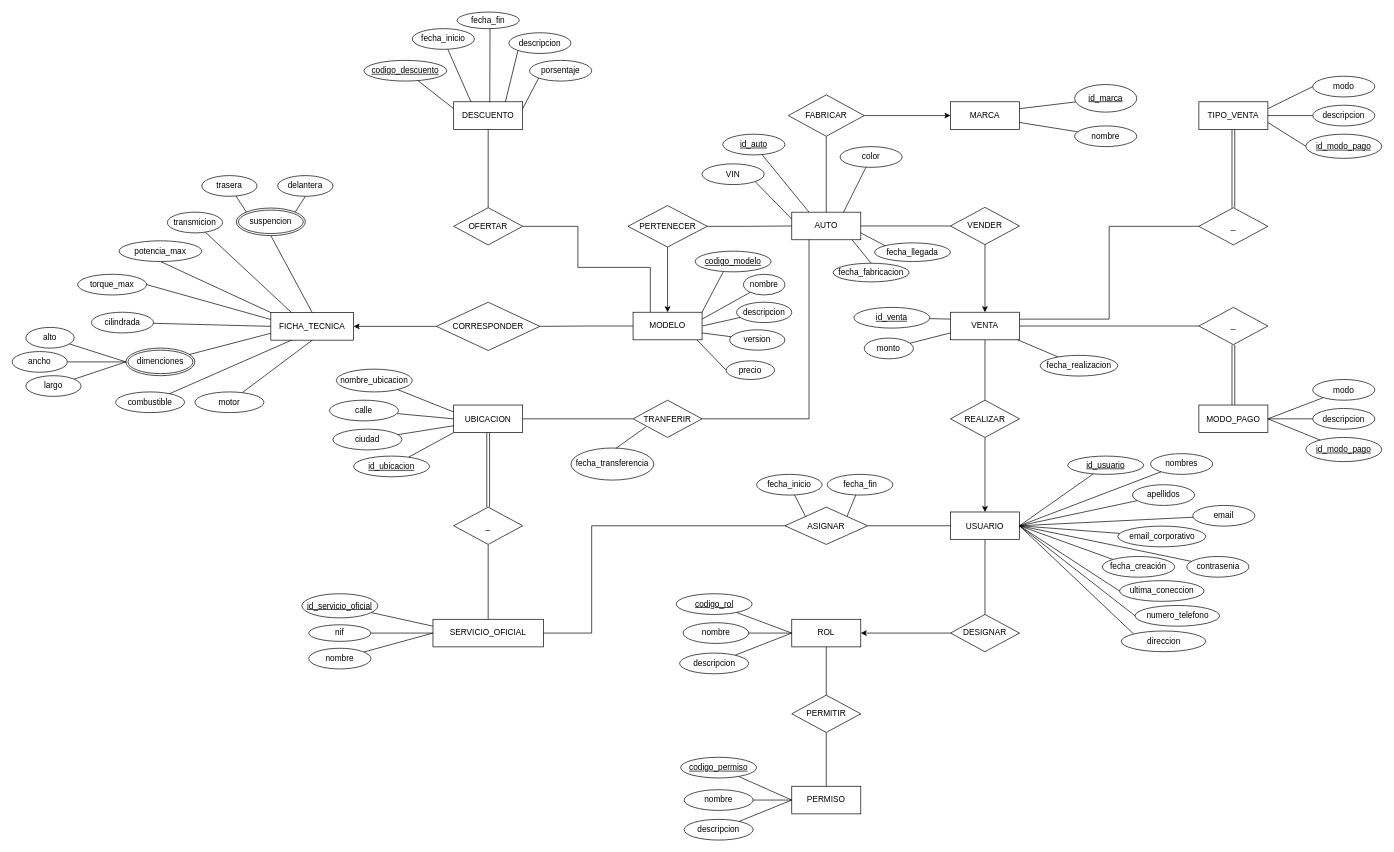
Earlier version of the draw.io diagram page "entidad_relacion" (1 of 3) of docs/diagramas/diagramas.drawio (XhuaShell/proj_prog_web). Source tidied: cells renumbered, new cells numbered last; positions are measured from the earlier drawing's top-left corner, leaving out a move shared by most shapes. Both pictures are drawn from the tidied source at 69%, with x=0, y=0 at pixel (12, 12).
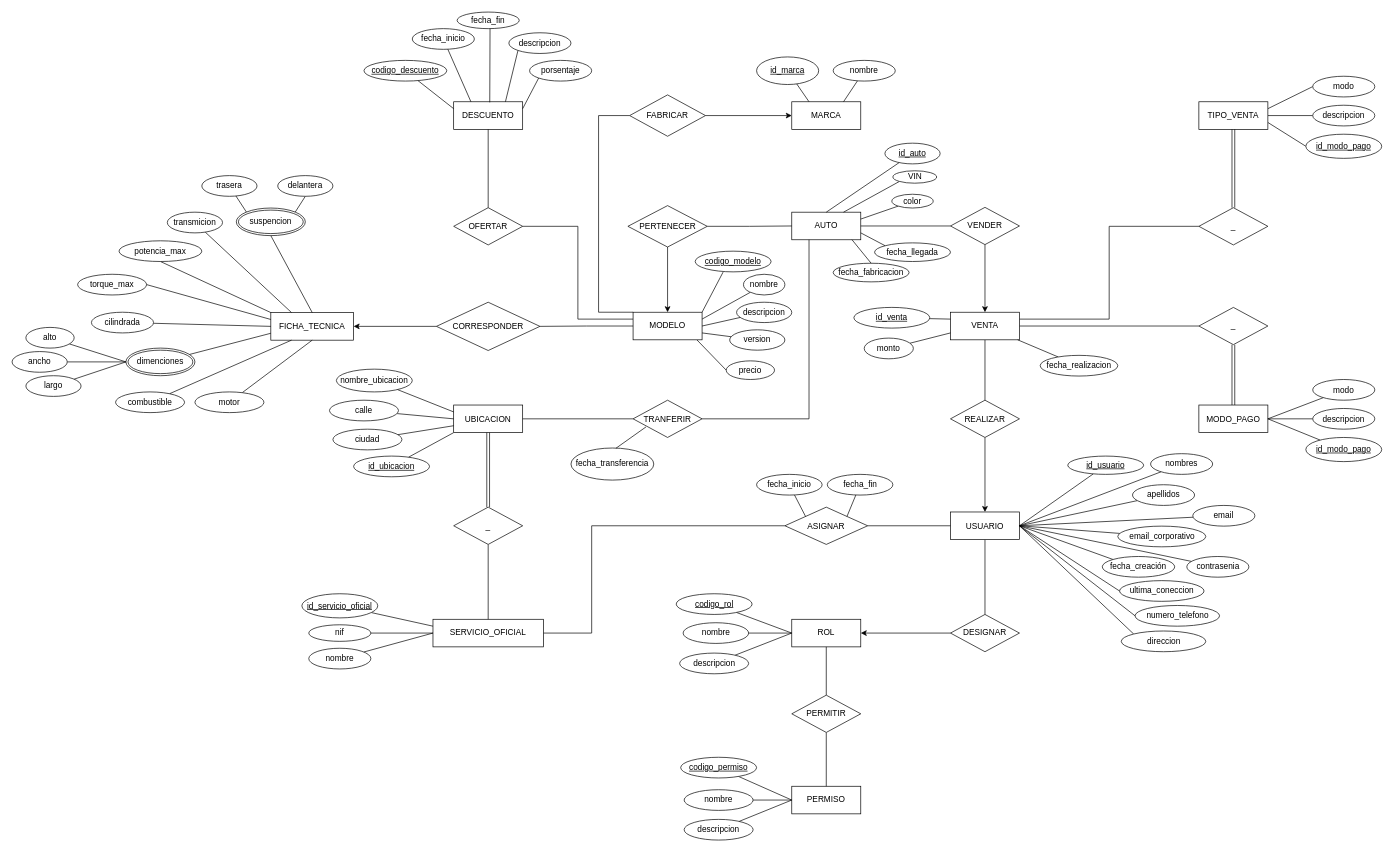
Above is the later version.

Unchanged cells that the change refers to:
```xml
<mxCell id="4" value="AUTO" style="whiteSpace=wrap;html=1;align=center;" parent="1" vertex="1">
  <mxGeometry x="1130" y="290" width="100" height="40" as="geometry" />
</mxCell>
<mxCell id="20" value="MODELO" style="whiteSpace=wrap;html=1;align=center;" parent="1" vertex="1">
  <mxGeometry x="900" y="435" width="100" height="40" as="geometry" />
</mxCell>
<mxCell id="116" value="OFERTAR" style="shape=rhombus;perimeter=rhombusPerimeter;whiteSpace=wrap;html=1;align=center;" parent="1" vertex="1">
  <mxGeometry x="640" y="283.5" width="100" height="54" as="geometry" />
</mxCell>
```

Change to the diagram source:
```diff
@@
-    <mxCell id="2" style="edgeStyle=orthogonalEdgeStyle;rounded=0;jettySize=auto;html=1;entryX=0.5;entryY=1;entryDx=0;entryDy=0;endArrow=none;endFill=0;startArrow=none;startFill=0;" parent="1" edge="1" source="4" target="11">
-      <mxGeometry relative="1" as="geometry" />
+    <mxCell id="2" style="edgeStyle=orthogonalEdgeStyle;rounded=0;jettySize=auto;html=1;entryX=0;entryY=0.5;entryDx=0;entryDy=0;endArrow=none;endFill=0;startArrow=none;startFill=0;exitX=0;exitY=0;exitDx=0;exitDy=0;" parent="1" edge="1" source="20" target="11">
+      <mxGeometry relative="1" as="geometry">
+        <Array as="points">
+          <mxPoint x="850" y="435" />
+          <mxPoint x="850" y="150" />
+        </Array>
+      </mxGeometry>
     </mxCell>
@@
     <mxCell id="6" value="MARCA" style="whiteSpace=wrap;html=1;align=center;" parent="1" vertex="1">
-      <mxGeometry x="1360" y="130" width="100" height="40" as="geometry" />
+      <mxGeometry x="1130" y="130" width="100" height="40" as="geometry" />
     </mxCell>
-    <mxCell id="7" style="rounded=0;jettySize=auto;html=1;entryX=1;entryY=0.75;entryDx=0;entryDy=0;endArrow=none;endFill=0;" parent="1" edge="1" source="8" target="6">
+    <mxCell id="7" style="rounded=0;jettySize=auto;html=1;entryX=0.75;entryY=0;entryDx=0;entryDy=0;endArrow=none;endFill=0;" parent="1" edge="1" source="8" target="6">
       <mxGeometry relative="1" as="geometry" />
     </mxCell>
     <mxCell id="8" value="nombre" style="ellipse;whiteSpace=wrap;html=1;align=center;" parent="1" vertex="1">
-      <mxGeometry x="1540" y="165" width="90" height="30" as="geometry" />
+      <mxGeometry x="1190" y="70" width="90" height="30" as="geometry" />
     </mxCell>
-    <mxCell id="9" style="rounded=0;jettySize=auto;html=1;endArrow=none;endFill=0;entryX=1;entryY=0.25;entryDx=0;entryDy=0;" parent="1" edge="1" source="10" target="6">
+    <mxCell id="9" style="rounded=0;jettySize=auto;html=1;endArrow=none;endFill=0;entryX=0.25;entryY=0;entryDx=0;entryDy=0;" parent="1" edge="1" source="10" target="6">
       <mxGeometry relative="1" as="geometry" />
     </mxCell>
     <mxCell id="10" value="id_marca" style="ellipse;whiteSpace=wrap;html=1;align=center;fontStyle=4;" parent="1" vertex="1">
-      <mxGeometry x="1540" y="105" width="90" height="40" as="geometry" />
+      <mxGeometry x="1079" y="65" width="90" height="40" as="geometry" />
     </mxCell>
     <mxCell id="11" value="FABRICAR" style="shape=rhombus;perimeter=rhombusPerimeter;whiteSpace=wrap;html=1;align=center;" parent="1" vertex="1">
-      <mxGeometry x="1125" y="120" width="110" height="60" as="geometry" />
+      <mxGeometry x="895" y="120" width="110" height="60" as="geometry" />
     </mxCell>
@@
-    <mxCell id="14" style="rounded=0;jettySize=auto;html=1;entryX=0;entryY=0.25;entryDx=0;entryDy=0;endArrow=none;endFill=0;exitX=1;exitY=1;exitDx=0;exitDy=0;" parent="1" edge="1" source="15" target="4">
+    <mxCell id="14" style="rounded=0;jettySize=auto;html=1;entryX=0.75;entryY=0;entryDx=0;entryDy=0;endArrow=none;endFill=0;exitX=0;exitY=1;exitDx=0;exitDy=0;" parent="1" edge="1" source="15" target="4">
       <mxGeometry relative="1" as="geometry" />
     </mxCell>
     <mxCell id="15" value="VIN" style="ellipse;whiteSpace=wrap;html=1;align=center;" parent="1" vertex="1">
-      <mxGeometry x="1000" y="220" width="90" height="30" as="geometry" />
+      <mxGeometry x="1276.5" y="230" width="63.5" height="18" as="geometry" />
     </mxCell>
-    <mxCell id="16" style="rounded=0;jettySize=auto;html=1;entryX=0.25;entryY=0;entryDx=0;entryDy=0;endArrow=none;endFill=0;" parent="1" edge="1" source="17" target="4">
+    <mxCell id="16" style="rounded=0;jettySize=auto;html=1;entryX=0.5;entryY=0;entryDx=0;entryDy=0;endArrow=none;endFill=0;" parent="1" edge="1" source="17" target="4">
       <mxGeometry relative="1" as="geometry" />
     </mxCell>
     <mxCell id="17" value="id_auto" style="ellipse;whiteSpace=wrap;html=1;align=center;fontStyle=4;" parent="1" vertex="1">
-      <mxGeometry x="1030" y="177" width="90" height="30" as="geometry" />
+      <mxGeometry x="1265" y="190" width="80" height="30" as="geometry" />
     </mxCell>
-    <mxCell id="18" style="edgeStyle=orthogonalEdgeStyle;rounded=0;jettySize=auto;html=1;exitX=0.25;exitY=0;exitDx=0;exitDy=0;entryX=1;entryY=0.5;entryDx=0;entryDy=0;endArrow=none;endFill=0;" parent="1" edge="1" source="20" target="116">
+    <mxCell id="18" style="edgeStyle=orthogonalEdgeStyle;rounded=0;jettySize=auto;html=1;exitX=0;exitY=0.25;exitDx=0;exitDy=0;entryX=1;entryY=0.5;entryDx=0;entryDy=0;endArrow=none;endFill=0;" parent="1" edge="1" source="20" target="116">
       <mxGeometry relative="1" as="geometry">
         <Array as="points">
-          <mxPoint x="925" y="370" />
-          <mxPoint x="820" y="370" />
-          <mxPoint x="820" y="310" />
+          <mxPoint x="820" y="445" />
+          <mxPoint x="820" y="311" />
         </Array>
       </mxGeometry>
     </mxCell>
@@
-    <mxCell id="182" style="rounded=0;jettySize=auto;html=1;entryX=0.75;entryY=0;entryDx=0;entryDy=0;endArrow=none;endFill=0;" parent="1" edge="1" source="183" target="4">
+    <mxCell id="182" style="rounded=0;jettySize=auto;html=1;entryX=1;entryY=0.25;entryDx=0;entryDy=0;endArrow=none;endFill=0;" parent="1" edge="1" source="183" target="4">
       <mxGeometry relative="1" as="geometry" />
     </mxCell>
     <mxCell id="183" value="color" style="ellipse;whiteSpace=wrap;html=1;align=center;" parent="1" vertex="1">
-      <mxGeometry x="1200" y="195" width="90" height="30" as="geometry" />
+      <mxGeometry x="1275" y="264" width="60" height="20" as="geometry" />
     </mxCell>
```
